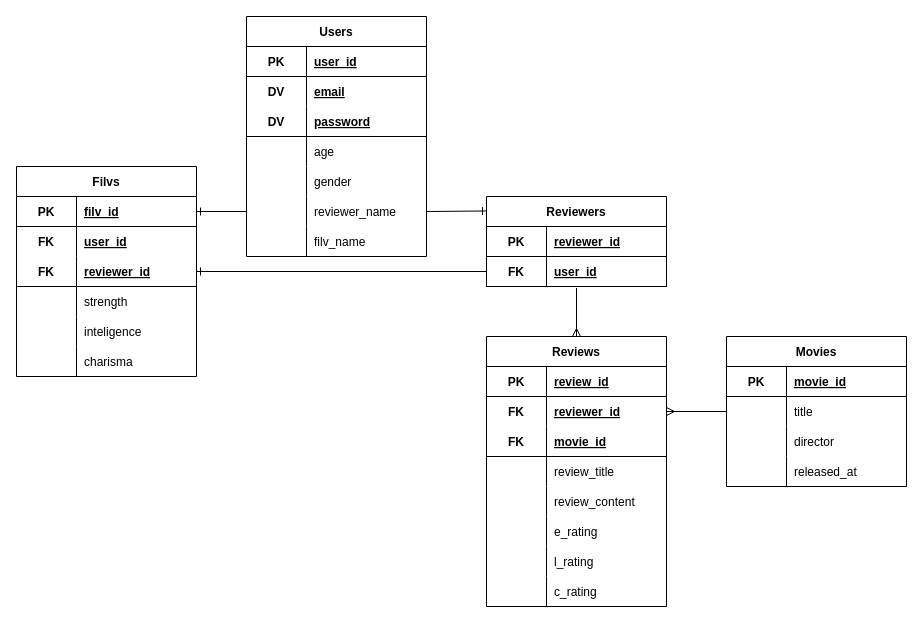
The draw.io diagram er.dio in prototypefilverse/protofilv, before the edit. Source tidied: cells renumbered, new cells numbered last; positions are measured from the earlier drawing's top-left corner, leaving out a move shared by most shapes. Both pictures are drawn from the tidied source at 100%, with x=0, y=0 at pixel (16, 16).
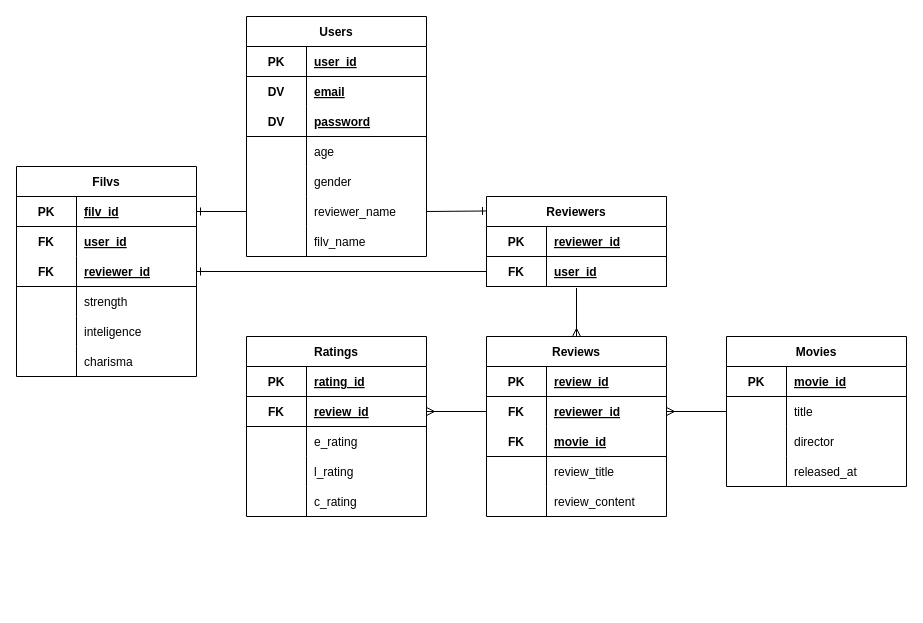
After the change.

Commit message (it also covers changes not shown here):
リードミーのデータベース設計修正

The change refers to these unchanged cells:
```xml
<mxCell id="55" style="shape=tableRow;horizontal=0;startSize=0;swimlaneHead=0;swimlaneBody=0;fillColor=none;points=[[0,0.5],[1,0.5]];portConstraint=eastwest;top=0;left=0;right=0;bottom=0;" parent="51" vertex="1">
  <mxGeometry y="60" width="180" height="30" as="geometry" />
</mxCell>
```

What changed in the source:
```diff
@@
     <mxCell id="51" value="Reviews" style="shape=table;startSize=30;childLayout=tableLayout;rowLines=0;fontStyle=1;align=center;" parent="1" vertex="1">
-      <mxGeometry x="470" y="320" width="180" height="270" as="geometry" />
+      <mxGeometry x="470" y="320" width="180" height="180" as="geometry" />
     </mxCell>
@@
-    <mxCell id="67" style="shape=tableRow;horizontal=0;startSize=0;swimlaneHead=0;swimlaneBody=0;fillColor=none;top=0;left=0;right=0;bottom=0;" parent="51" vertex="1">
-      <mxGeometry y="180" width="180" height="30" as="geometry" />
-    </mxCell>
-    <mxCell id="68" style="shape=partialRectangle;fillColor=none;top=0;left=0;bottom=0;right=0;overflow=hidden;" parent="67" vertex="1">
-      <mxGeometry width="60" height="30" as="geometry" />
-    </mxCell>
-    <mxCell id="69" value="e_rating" style="shape=partialRectangle;fillColor=none;top=0;left=0;bottom=0;right=0;align=left;spacingLeft=6;overflow=hidden;" parent="67" vertex="1">
-      <mxGeometry x="60" width="120" height="30" as="geometry" />
-    </mxCell>
-    <mxCell id="70" style="shape=tableRow;horizontal=0;startSize=0;swimlaneHead=0;swimlaneBody=0;fillColor=none;top=0;left=0;right=0;bottom=0;" parent="51" vertex="1">
-      <mxGeometry y="210" width="180" height="30" as="geometry" />
-    </mxCell>
-    <mxCell id="71" style="shape=partialRectangle;fillColor=none;top=0;left=0;bottom=0;right=0;overflow=hidden;" parent="70" vertex="1">
-      <mxGeometry width="60" height="30" as="geometry" />
-    </mxCell>
-    <mxCell id="72" value="l_rating" style="shape=partialRectangle;fillColor=none;top=0;left=0;bottom=0;right=0;align=left;spacingLeft=6;overflow=hidden;" parent="70" vertex="1">
-      <mxGeometry x="60" width="120" height="30" as="geometry" />
-    </mxCell>
-    <mxCell id="73" style="shape=tableRow;horizontal=0;startSize=0;swimlaneHead=0;swimlaneBody=0;fillColor=none;top=0;left=0;right=0;bottom=0;" parent="51" vertex="1">
-      <mxGeometry y="240" width="180" height="30" as="geometry" />
-    </mxCell>
-    <mxCell id="74" style="shape=partialRectangle;fillColor=none;top=0;left=0;bottom=0;right=0;overflow=hidden;" parent="73" vertex="1">
-      <mxGeometry width="60" height="30" as="geometry" />
-    </mxCell>
-    <mxCell id="75" value="c_rating" style="shape=partialRectangle;fillColor=none;top=0;left=0;bottom=0;right=0;align=left;spacingLeft=6;overflow=hidden;" parent="73" vertex="1">
-      <mxGeometry x="60" width="120" height="30" as="geometry" />
-    </mxCell>
@@
+    <mxCell id="93" value="Ratings" style="shape=table;startSize=30;childLayout=tableLayout;rowLines=0;fontStyle=1;align=center;" parent="1" vertex="1">
+      <mxGeometry x="230" y="320" width="180" height="180" as="geometry" />
+    </mxCell>
+    <mxCell id="94" style="shape=tableRow;horizontal=0;startSize=0;swimlaneHead=0;swimlaneBody=0;fillColor=none;top=0;left=0;right=0;bottom=1;" parent="93" vertex="1">
+      <mxGeometry y="30" width="180" height="30" as="geometry" />
+    </mxCell>
+    <mxCell id="95" value="PK" style="shape=partialRectangle;fillColor=none;top=0;left=0;bottom=0;right=0;fontStyle=1;overflow=hidden;" parent="94" vertex="1">
+      <mxGeometry width="60" height="30" as="geometry" />
+    </mxCell>
+    <mxCell id="96" value="rating_id" style="shape=partialRectangle;fillColor=none;top=0;left=0;bottom=0;right=0;align=left;spacingLeft=6;fontStyle=5;overflow=hidden;" parent="94" vertex="1">
+      <mxGeometry x="60" width="120" height="30" as="geometry" />
+    </mxCell>
+    <mxCell id="97" style="shape=tableRow;horizontal=0;startSize=0;swimlaneHead=0;swimlaneBody=0;fillColor=none;points=[[0,0.5],[1,0.5]];portConstraint=eastwest;top=0;left=0;right=0;bottom=1;" parent="93" vertex="1">
+      <mxGeometry y="60" width="180" height="30" as="geometry" />
+    </mxCell>
+    <mxCell id="98" value="FK" style="shape=partialRectangle;fillColor=none;top=0;left=0;bottom=0;right=0;fontStyle=1;overflow=hidden;" parent="97" vertex="1">
+      <mxGeometry width="60" height="30" as="geometry" />
+    </mxCell>
+    <mxCell id="99" value="review_id" style="shape=partialRectangle;fillColor=none;top=0;left=0;bottom=0;right=0;align=left;spacingLeft=6;fontStyle=5;overflow=hidden;" parent="97" vertex="1">
+      <mxGeometry x="60" width="120" height="30" as="geometry" />
+    </mxCell>
+    <mxCell id="100" style="shape=tableRow;horizontal=0;startSize=0;swimlaneHead=0;swimlaneBody=0;fillColor=none;top=0;left=0;right=0;bottom=0;" parent="93" vertex="1">
+      <mxGeometry y="90" width="180" height="30" as="geometry" />
+    </mxCell>
+    <mxCell id="101" style="shape=partialRectangle;fillColor=none;top=0;left=0;bottom=0;right=0;overflow=hidden;" parent="100" vertex="1">
+      <mxGeometry width="60" height="30" as="geometry" />
+    </mxCell>
+    <mxCell id="69" value="e_rating" style="shape=partialRectangle;fillColor=none;top=0;left=0;bottom=0;right=0;align=left;spacingLeft=6;overflow=hidden;" parent="100" vertex="1">
+      <mxGeometry x="60" width="120" height="30" as="geometry" />
+    </mxCell>
+    <mxCell id="102" style="shape=tableRow;horizontal=0;startSize=0;swimlaneHead=0;swimlaneBody=0;fillColor=none;top=0;left=0;right=0;bottom=0;" parent="93" vertex="1">
+      <mxGeometry y="120" width="180" height="30" as="geometry" />
+    </mxCell>
+    <mxCell id="103" style="shape=partialRectangle;fillColor=none;top=0;left=0;bottom=0;right=0;overflow=hidden;" parent="102" vertex="1">
+      <mxGeometry width="60" height="30" as="geometry" />
+    </mxCell>
+    <mxCell id="72" value="l_rating" style="shape=partialRectangle;fillColor=none;top=0;left=0;bottom=0;right=0;align=left;spacingLeft=6;overflow=hidden;" parent="102" vertex="1">
+      <mxGeometry x="60" width="120" height="30" as="geometry" />
+    </mxCell>
+    <mxCell id="104" style="shape=tableRow;horizontal=0;startSize=0;swimlaneHead=0;swimlaneBody=0;fillColor=none;top=0;left=0;right=0;bottom=0;" parent="93" vertex="1">
+      <mxGeometry y="150" width="180" height="30" as="geometry" />
+    </mxCell>
+    <mxCell id="105" style="shape=partialRectangle;fillColor=none;top=0;left=0;bottom=0;right=0;overflow=hidden;" parent="104" vertex="1">
+      <mxGeometry width="60" height="30" as="geometry" />
+    </mxCell>
+    <mxCell id="75" value="c_rating" style="shape=partialRectangle;fillColor=none;top=0;left=0;bottom=0;right=0;align=left;spacingLeft=6;overflow=hidden;" parent="104" vertex="1">
+      <mxGeometry x="60" width="120" height="30" as="geometry" />
+    </mxCell>
+    <mxCell id="106" style="edgeStyle=none;html=1;exitX=1;exitY=0.5;exitDx=0;exitDy=0;entryX=0;entryY=0.5;entryDx=0;entryDy=0;endArrow=none;endFill=0;startArrow=ERmany;startFill=0;" parent="1" edge="1" source="97" target="55">
+      <mxGeometry relative="1" as="geometry" />
+    </mxCell>
```
